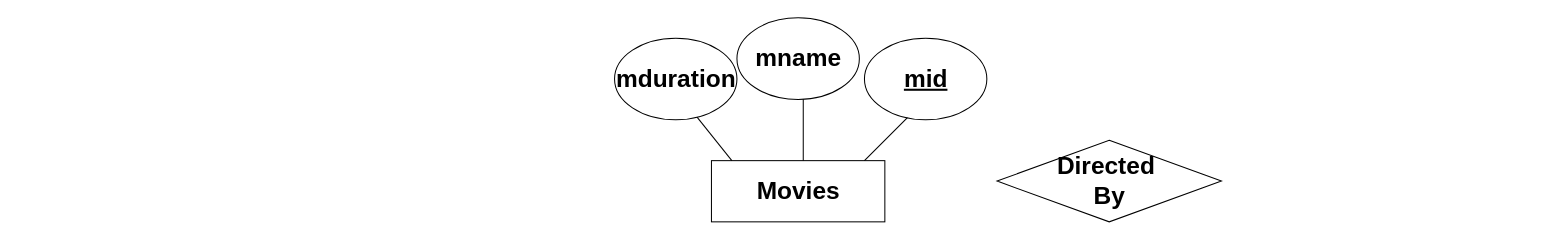
swausbeard/SumaLumaDumaLama keeps this draw.io diagram as Untitled Diagram.drawio. Above is the earlier version. Source tidied: cells renumbered, new cells numbered last; positions are measured from the earlier drawing's top-left corner, leaving out a move shared by most shapes. Both pictures are drawn from the tidied source at 102%, with x=0, y=0 at pixel (614, 17).
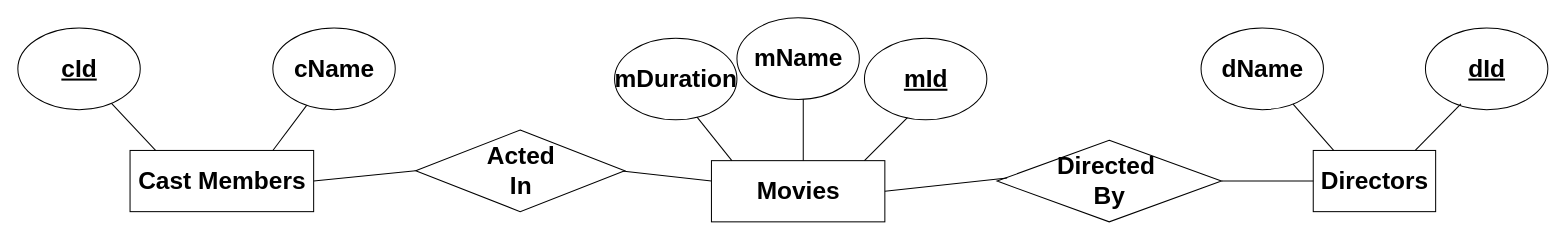
The same page after the edit.

Unchanged cells that the change refers to:
```xml
<mxCell id="13" style="rhombus;whiteSpace=wrap;html=1;" parent="1" vertex="1">
  <mxGeometry x="375" y="120" width="220" height="80" as="geometry" />
</mxCell>
```

The edit, as a diff of the source:
```diff
@@
-    <mxCell id="8" value="&lt;u&gt;mid&lt;/u&gt;" style="text;strokeColor=none;fillColor=none;html=1;fontSize=24;fontStyle=1;verticalAlign=middle;align=center;" parent="1" vertex="1">
+    <mxCell id="8" value="&lt;u&gt;mId&lt;/u&gt;" style="text;strokeColor=none;fillColor=none;html=1;fontSize=24;fontStyle=1;verticalAlign=middle;align=center;" parent="1" vertex="1">
       <mxGeometry x="255" y="40" width="100" height="40" as="geometry" />
     </mxCell>
@@
-    <mxCell id="10" value="mname" style="text;strokeColor=none;fillColor=none;html=1;fontSize=24;fontStyle=1;verticalAlign=middle;align=center;" parent="1" vertex="1">
+    <mxCell id="10" value="mName" style="text;strokeColor=none;fillColor=none;html=1;fontSize=24;fontStyle=1;verticalAlign=middle;align=center;" parent="1" vertex="1">
       <mxGeometry x="130" y="20" width="100" height="40" as="geometry" />
     </mxCell>
@@
-    <mxCell id="12" value="mduration" style="text;strokeColor=none;fillColor=none;html=1;fontSize=24;fontStyle=1;verticalAlign=middle;align=center;" parent="1" vertex="1">
+    <mxCell id="12" value="mDuration" style="text;strokeColor=none;fillColor=none;html=1;fontSize=24;fontStyle=1;verticalAlign=middle;align=center;" parent="1" vertex="1">
       <mxGeometry x="10" y="40" width="100" height="40" as="geometry" />
     </mxCell>
@@
+    <mxCell id="15" style="endArrow=none;html=1;rounded=0;entryX=0.045;entryY=0.463;entryDx=0;entryDy=0;entryPerimeter=0;" parent="1" edge="1" target="13">
+      <mxGeometry relative="1" as="geometry">
+        <mxPoint x="265" y="170" as="sourcePoint" />
+      </mxGeometry>
+    </mxCell>
+    <mxCell id="16" style="rounded=0;whiteSpace=wrap;html=1;" parent="1" vertex="1">
+      <mxGeometry x="685" y="130" width="120" height="60" as="geometry" />
+    </mxCell>
+    <mxCell id="17" value="Directors" style="text;strokeColor=none;fillColor=none;html=1;fontSize=24;fontStyle=1;verticalAlign=middle;align=center;" parent="1" vertex="1">
+      <mxGeometry x="695" y="140" width="100" height="40" as="geometry" />
+    </mxCell>
+    <mxCell id="18" style="endArrow=none;html=1;rounded=0;entryX=0;entryY=0.5;entryDx=0;entryDy=0;" parent="1" edge="1" target="16">
+      <mxGeometry relative="1" as="geometry">
+        <mxPoint x="595" y="160" as="sourcePoint" />
+      </mxGeometry>
+    </mxCell>
+    <mxCell id="19" style="ellipse;whiteSpace=wrap;html=1;" parent="1" vertex="1">
+      <mxGeometry x="575" y="10" width="120" height="80" as="geometry" />
+    </mxCell>
+    <mxCell id="20" value="dName" style="text;strokeColor=none;fillColor=none;html=1;fontSize=24;fontStyle=1;verticalAlign=middle;align=center;" parent="1" vertex="1">
+      <mxGeometry x="585" y="30" width="100" height="40" as="geometry" />
+    </mxCell>
+    <mxCell id="21" style="ellipse;whiteSpace=wrap;html=1;" parent="1" vertex="1">
+      <mxGeometry x="795" y="10" width="120" height="80" as="geometry" />
+    </mxCell>
+    <mxCell id="22" value="&lt;u&gt;dId&lt;/u&gt;" style="text;strokeColor=none;fillColor=none;html=1;fontSize=24;fontStyle=1;verticalAlign=middle;align=center;" parent="1" vertex="1">
+      <mxGeometry x="805" y="30" width="100" height="40" as="geometry" />
+    </mxCell>
+    <mxCell id="23" style="endArrow=none;html=1;rounded=0;entryX=0.29;entryY=0.928;entryDx=0;entryDy=0;entryPerimeter=0;" parent="1" edge="1" target="21">
+      <mxGeometry relative="1" as="geometry">
+        <mxPoint x="785" y="130" as="sourcePoint" />
+      </mxGeometry>
+    </mxCell>
+    <mxCell id="24" style="endArrow=none;html=1;rounded=0;" parent="1" edge="1" target="19">
+      <mxGeometry relative="1" as="geometry">
+        <mxPoint x="705" y="130" as="sourcePoint" />
+      </mxGeometry>
+    </mxCell>
+    <mxCell id="25" style="endArrow=none;html=1;rounded=0;" parent="1" edge="1">
+      <mxGeometry relative="1" as="geometry">
+        <mxPoint x="5" y="150" as="sourcePoint" />
+        <mxPoint x="95" y="160" as="targetPoint" />
+      </mxGeometry>
+    </mxCell>
+    <mxCell id="26" style="rhombus;whiteSpace=wrap;html=1;" parent="1" vertex="1">
+      <mxGeometry x="-195" y="110" width="205" height="80" as="geometry" />
+    </mxCell>
+    <mxCell id="27" value="Acted&lt;div&gt;In&lt;/div&gt;" style="text;strokeColor=none;fillColor=none;html=1;fontSize=24;fontStyle=1;verticalAlign=middle;align=center;" parent="1" vertex="1">
+      <mxGeometry x="-142.5" y="130" width="100" height="40" as="geometry" />
+    </mxCell>
+    <mxCell id="28" style="endArrow=none;html=1;rounded=0;" parent="1" edge="1">
+      <mxGeometry relative="1" as="geometry">
+        <mxPoint x="-295" y="160" as="sourcePoint" />
+        <mxPoint x="-195" y="150" as="targetPoint" />
+      </mxGeometry>
+    </mxCell>
+    <mxCell id="29" style="rounded=0;whiteSpace=wrap;html=1;" parent="1" vertex="1">
+      <mxGeometry x="-475" y="130" width="180" height="60" as="geometry" />
+    </mxCell>
+    <mxCell id="30" value="Cast Members" style="text;strokeColor=none;fillColor=none;html=1;fontSize=24;fontStyle=1;verticalAlign=middle;align=center;" parent="1" vertex="1">
+      <mxGeometry x="-435" y="140" width="100" height="40" as="geometry" />
+    </mxCell>
+    <mxCell id="31" style="ellipse;whiteSpace=wrap;html=1;" parent="1" vertex="1">
+      <mxGeometry x="-585" y="10" width="120" height="80" as="geometry" />
+    </mxCell>
+    <mxCell id="32" value="&lt;u&gt;cId&lt;/u&gt;" style="text;strokeColor=none;fillColor=none;html=1;fontSize=24;fontStyle=1;verticalAlign=middle;align=center;" parent="1" vertex="1">
+      <mxGeometry x="-575" y="30" width="100" height="40" as="geometry" />
+    </mxCell>
+    <mxCell id="33" style="ellipse;whiteSpace=wrap;html=1;" parent="1" vertex="1">
+      <mxGeometry x="-335" y="10" width="120" height="80" as="geometry" />
+    </mxCell>
+    <mxCell id="34" value="cName" style="text;strokeColor=none;fillColor=none;html=1;fontSize=24;fontStyle=1;verticalAlign=middle;align=center;" parent="1" vertex="1">
+      <mxGeometry x="-325" y="30" width="100" height="40" as="geometry" />
+    </mxCell>
+    <mxCell id="35" style="endArrow=none;html=1;rounded=0;" parent="1" edge="1" target="33">
+      <mxGeometry relative="1" as="geometry">
+        <mxPoint x="-335" y="130" as="sourcePoint" />
+      </mxGeometry>
+    </mxCell>
+    <mxCell id="36" style="endArrow=none;html=1;rounded=0;" parent="1" edge="1" target="31">
+      <mxGeometry relative="1" as="geometry">
+        <mxPoint x="-450" y="130" as="sourcePoint" />
+      </mxGeometry>
+    </mxCell>
```
